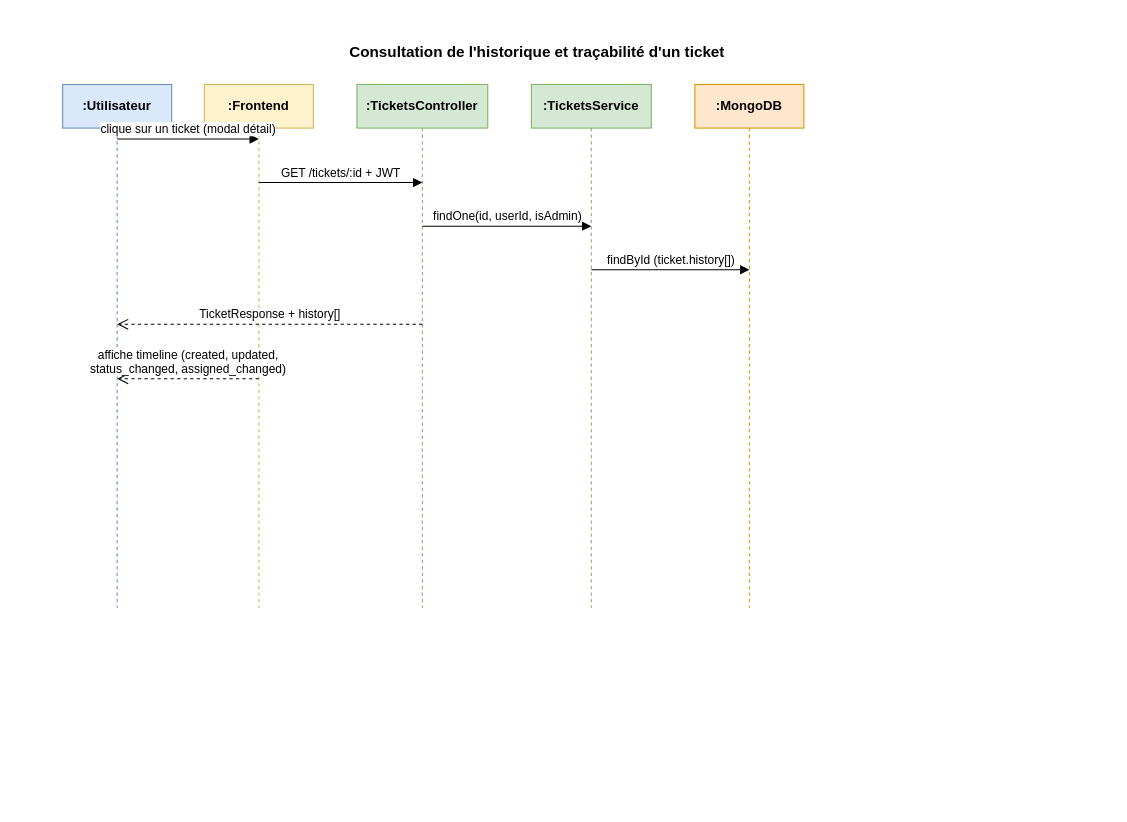
Earlier version of the draw.io diagram docs/diagrammes/seq-historique.drawio (amelbenhazem/TicketManager). Source tidied: cells renumbered, new cells numbered last; positions are measured from the earlier drawing's top-left corner, leaving out a move shared by most shapes. Both pictures are drawn from the tidied source at 109%, with x=0, y=0 at pixel (19, 19).
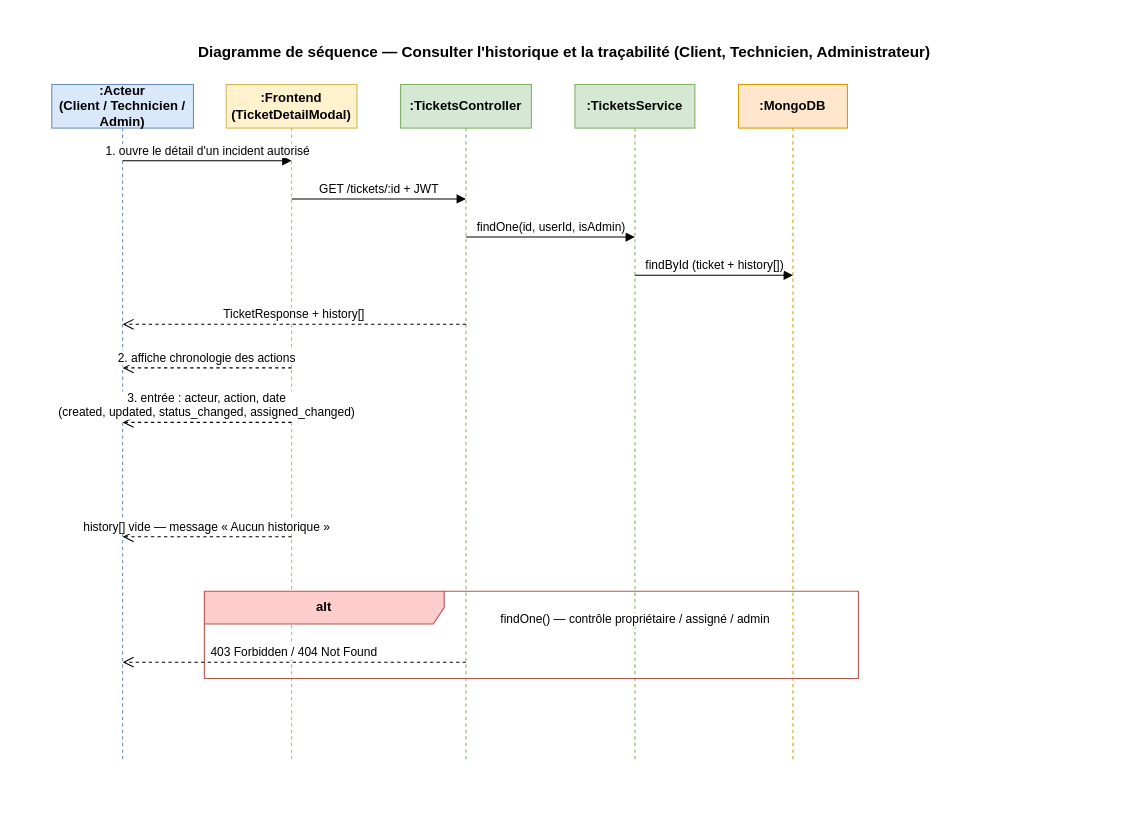
The same diagram, later.

Diff of the diagram source:
```diff
@@
     <mxCell id="2" style="rounded=0;whiteSpace=wrap;html=1;fillColor=#ffffff;strokeColor=none;" parent="1" vertex="1">
-      <mxGeometry width="950" height="580" as="geometry" />
+      <mxGeometry width="1000" height="720" as="geometry" />
     </mxCell>
-    <mxCell id="3" value="Consultation de l'historique et traçabilité d'un ticket" style="text;html=1;strokeColor=none;fillColor=#ffffff;align=center;fontSize=14;fontStyle=1;fontColor=#000000;" parent="1" vertex="1">
-      <mxGeometry x="200" y="15" width="550" height="30" as="geometry" />
+    <mxCell id="3" value="Diagramme de séquence — Consulter l'historique et la traçabilité (Client, Technicien, Administrateur)" style="text;html=1;strokeColor=none;fillColor=#ffffff;align=center;fontSize=14;fontStyle=1;fontColor=#000000;" parent="1" vertex="1">
+      <mxGeometry x="100" y="15" width="800" height="30" as="geometry" />
     </mxCell>
-    <mxCell id="4" value=":Utilisateur" style="shape=umlLifeline;whiteSpace=wrap;html=1;size=40;fillColor=#dae8fc;strokeColor=#6c8ebf;fontColor=#000000;fontStyle=1;" parent="1" vertex="1">
-      <mxGeometry x="40" y="60" width="100" height="480" as="geometry" />
+    <mxCell id="4" value=":Acteur&#10;(Client / Technicien / Admin)" style="shape=umlLifeline;whiteSpace=wrap;html=1;size=40;fillColor=#dae8fc;strokeColor=#6c8ebf;fontColor=#000000;fontStyle=1;" parent="1" vertex="1">
+      <mxGeometry x="30" y="60" width="130" height="620" as="geometry" />
     </mxCell>
-    <mxCell id="5" value=":Frontend" style="shape=umlLifeline;whiteSpace=wrap;html=1;size=40;fillColor=#fff2cc;strokeColor=#d6b656;fontColor=#000000;fontStyle=1;" parent="1" vertex="1">
-      <mxGeometry x="170" y="60" width="100" height="480" as="geometry" />
+    <mxCell id="5" value=":Frontend&#10;(TicketDetailModal)" style="shape=umlLifeline;whiteSpace=wrap;html=1;size=40;fillColor=#fff2cc;strokeColor=#d6b656;fontColor=#000000;fontStyle=1;" parent="1" vertex="1">
+      <mxGeometry x="190" y="60" width="120" height="620" as="geometry" />
     </mxCell>
     <mxCell id="6" value=":TicketsController" style="shape=umlLifeline;whiteSpace=wrap;html=1;size=40;fillColor=#d5e8d4;strokeColor=#82b366;fontColor=#000000;fontStyle=1;" parent="1" vertex="1">
-      <mxGeometry x="310" y="60" width="120" height="480" as="geometry" />
+      <mxGeometry x="350" y="60" width="120" height="620" as="geometry" />
     </mxCell>
     <mxCell id="7" value=":TicketsService" style="shape=umlLifeline;whiteSpace=wrap;html=1;size=40;fillColor=#d5e8d4;strokeColor=#82b366;fontColor=#000000;fontStyle=1;" parent="1" vertex="1">
-      <mxGeometry x="470" y="60" width="110" height="480" as="geometry" />
+      <mxGeometry x="510" y="60" width="110" height="620" as="geometry" />
     </mxCell>
     <mxCell id="8" value=":MongoDB" style="shape=umlLifeline;whiteSpace=wrap;html=1;size=40;fillColor=#ffe6cc;strokeColor=#d79b00;fontColor=#000000;fontStyle=1;" parent="1" vertex="1">
-      <mxGeometry x="620" y="60" width="100" height="480" as="geometry" />
+      <mxGeometry x="660" y="60" width="100" height="620" as="geometry" />
     </mxCell>
-    <mxCell id="9" value="clique sur un ticket (modal détail)" style="html=1;verticalAlign=bottom;endArrow=block;labelBackgroundColor=#ffffff;fontColor=#000000;strokeColor=#000000;" parent="1" edge="1">
+    <mxCell id="9" value="1. ouvre le détail d'un incident autorisé" style="html=1;verticalAlign=bottom;endArrow=block;labelBackgroundColor=#ffffff;fontColor=#000000;strokeColor=#000000;" parent="1" edge="1">
       <mxGeometry relative="1" as="geometry">
-        <mxPoint x="90" y="110" as="sourcePoint" />
-        <mxPoint x="220" y="110" as="targetPoint" />
+        <mxPoint x="95" y="130" as="sourcePoint" />
+        <mxPoint x="250" y="130" as="targetPoint" />
       </mxGeometry>
     </mxCell>
     <mxCell id="10" value="GET /tickets/:id + JWT" style="html=1;verticalAlign=bottom;endArrow=block;labelBackgroundColor=#ffffff;fontColor=#000000;strokeColor=#000000;" parent="1" edge="1">
       <mxGeometry relative="1" as="geometry">
-        <mxPoint x="220" y="150" as="sourcePoint" />
-        <mxPoint x="370" y="150" as="targetPoint" />
+        <mxPoint x="250" y="165" as="sourcePoint" />
+        <mxPoint x="410" y="165" as="targetPoint" />
       </mxGeometry>
     </mxCell>
     <mxCell id="11" value="findOne(id, userId, isAdmin)" style="html=1;verticalAlign=bottom;endArrow=block;labelBackgroundColor=#ffffff;fontColor=#000000;strokeColor=#000000;" parent="1" edge="1">
       <mxGeometry relative="1" as="geometry">
-        <mxPoint x="370" y="190" as="sourcePoint" />
-        <mxPoint x="525" y="190" as="targetPoint" />
+        <mxPoint x="410" y="200" as="sourcePoint" />
+        <mxPoint x="565" y="200" as="targetPoint" />
       </mxGeometry>
     </mxCell>
-    <mxCell id="12" value="findById (ticket.history[])" style="html=1;verticalAlign=bottom;endArrow=block;labelBackgroundColor=#ffffff;fontColor=#000000;strokeColor=#000000;" parent="1" edge="1">
+    <mxCell id="12" value="findById (ticket + history[])" style="html=1;verticalAlign=bottom;endArrow=block;labelBackgroundColor=#ffffff;fontColor=#000000;strokeColor=#000000;" parent="1" edge="1">
       <mxGeometry relative="1" as="geometry">
-        <mxPoint x="525" y="230" as="sourcePoint" />
-        <mxPoint x="670" y="230" as="targetPoint" />
+        <mxPoint x="565" y="235" as="sourcePoint" />
+        <mxPoint x="710" y="235" as="targetPoint" />
       </mxGeometry>
     </mxCell>
     <mxCell id="13" value="TicketResponse + history[]" style="html=1;verticalAlign=bottom;endArrow=open;dashed=1;endSize=8;labelBackgroundColor=#ffffff;fontColor=#000000;strokeColor=#000000;" parent="1" edge="1">
       <mxGeometry relative="1" as="geometry">
-        <mxPoint x="370" y="280" as="sourcePoint" />
-        <mxPoint x="90" y="280" as="targetPoint" />
+        <mxPoint x="410" y="280" as="sourcePoint" />
+        <mxPoint x="95" y="280" as="targetPoint" />
       </mxGeometry>
     </mxCell>
-    <mxCell id="14" value="affiche timeline (created, updated,&#10;status_changed, assigned_changed)" style="html=1;verticalAlign=bottom;endArrow=open;dashed=1;endSize=8;labelBackgroundColor=#ffffff;fontColor=#000000;strokeColor=#000000;" parent="1" edge="1">
+    <mxCell id="14" value="2. affiche chronologie des actions" style="html=1;verticalAlign=bottom;endArrow=open;dashed=1;endSize=8;labelBackgroundColor=#ffffff;fontColor=#000000;strokeColor=#000000;" parent="1" edge="1">
       <mxGeometry relative="1" as="geometry">
-        <mxPoint x="220" y="330" as="sourcePoint" />
-        <mxPoint x="90" y="330" as="targetPoint" />
+        <mxPoint x="250" y="320" as="sourcePoint" />
+        <mxPoint x="95" y="320" as="targetPoint" />
       </mxGeometry>
     </mxCell>
+    <mxCell id="15" value="3. entrée : acteur, action, date&#10;(created, updated, status_changed, assigned_changed)" style="html=1;verticalAlign=bottom;endArrow=open;dashed=1;endSize=8;labelBackgroundColor=#ffffff;fontColor=#000000;strokeColor=#000000;" parent="1" edge="1">
+      <mxGeometry relative="1" as="geometry">
+        <mxPoint x="250" y="370" as="sourcePoint" />
+        <mxPoint x="95" y="370" as="targetPoint" />
+      </mxGeometry>
+    </mxCell>
+    <mxCell id="16" value="history[] vide — message « Aucun historique »" style="html=1;verticalAlign=bottom;endArrow=open;dashed=1;endSize=8;labelBackgroundColor=#ffffff;fontColor=#000000;strokeColor=#000000;" parent="1" edge="1">
+      <mxGeometry relative="1" as="geometry">
+        <mxPoint x="250" y="475" as="sourcePoint" />
+        <mxPoint x="95" y="475" as="targetPoint" />
+      </mxGeometry>
+    </mxCell>
+    <mxCell id="17" value="alt" style="shape=umlFrame;whiteSpace=wrap;html=1;width=220;height=30;fillColor=#ffcccc;strokeColor=#b85450;fontColor=#000000;fontStyle=1;" parent="1" vertex="1">
+      <mxGeometry x="170" y="525" width="600" height="80" as="geometry" />
+    </mxCell>
+    <mxCell id="18" value="findOne() — contrôle propriétaire / assigné / admin" style="html=1;verticalAlign=bottom;endArrow=block;labelBackgroundColor=#ffffff;fontColor=#000000;strokeColor=#000000;" parent="1" edge="1">
+      <mxGeometry relative="1" as="geometry">
+        <mxPoint x="565" y="560" as="sourcePoint" />
+        <mxPoint x="565" y="560" as="targetPoint" />
+      </mxGeometry>
+    </mxCell>
+    <mxCell id="19" value="403 Forbidden / 404 Not Found" style="html=1;verticalAlign=bottom;endArrow=open;dashed=1;endSize=8;labelBackgroundColor=#ffffff;fontColor=#000000;strokeColor=#000000;" parent="1" edge="1">
+      <mxGeometry relative="1" as="geometry">
+        <mxPoint x="410" y="590" as="sourcePoint" />
+        <mxPoint x="95" y="590" as="targetPoint" />
+      </mxGeometry>
+    </mxCell>
```
